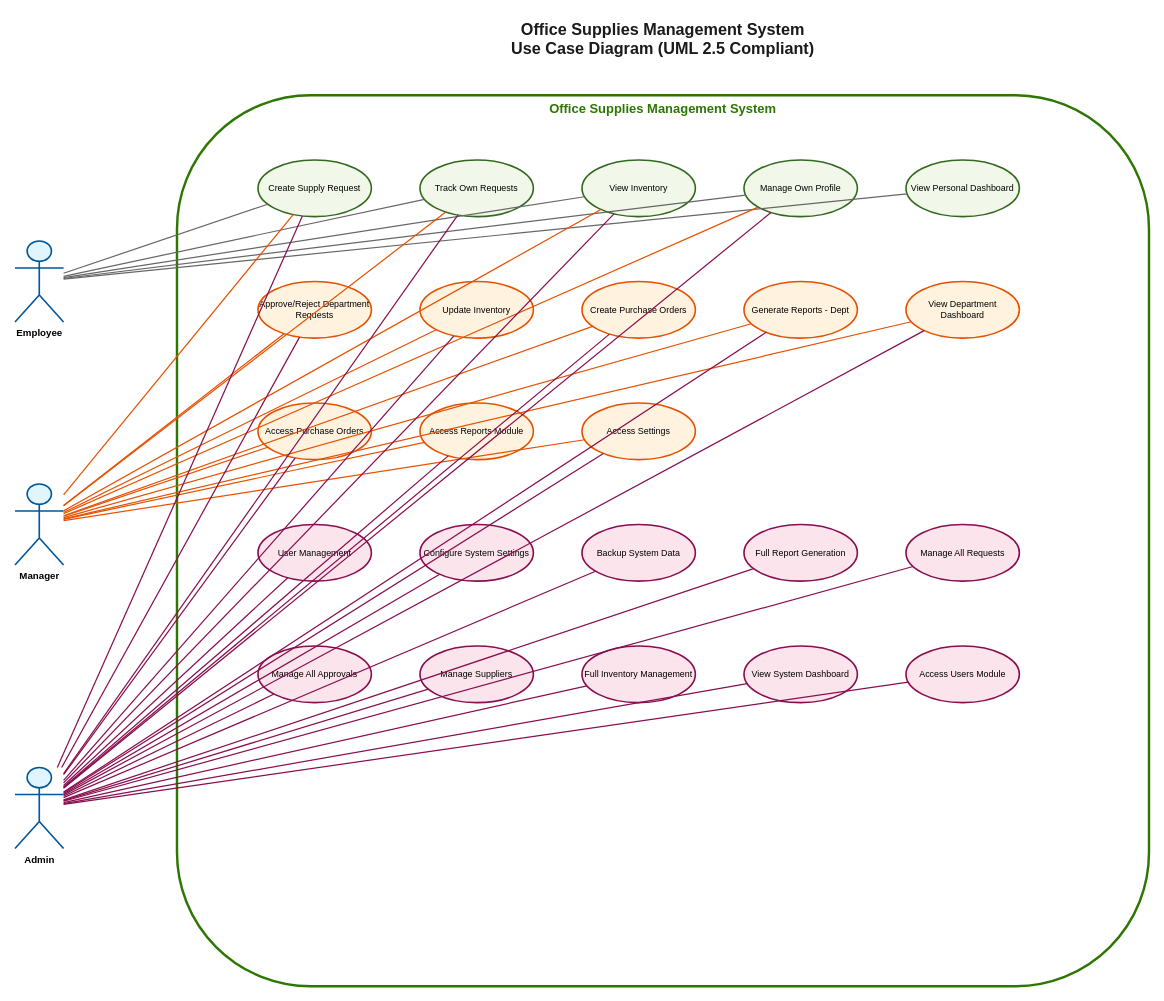
This is Internship-main/summer internship test/office-supplies-management/docs/uml/use-case-diagram-system-overview.drawio from Ramez-krichen/Internship, a draw.io file, before an edit. Source tidied: cells renumbered, new cells numbered last; positions are measured from the earlier drawing's top-left corner, leaving out a move shared by most shapes. Both pictures are drawn from the tidied source at 81%, with x=0, y=0 at pixel (15, 14).
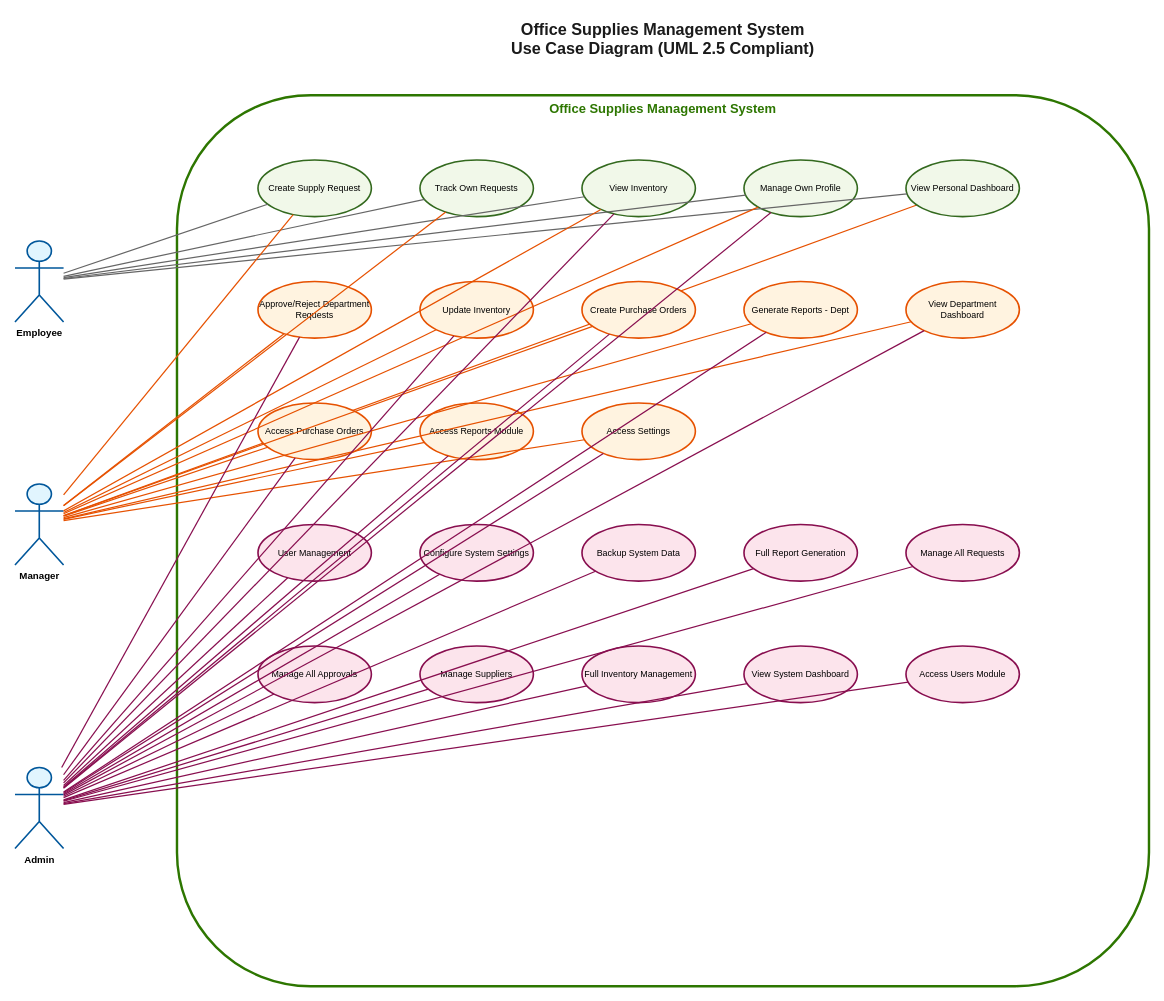
After the change.

Unchanged cells that the change refers to:
```xml
<mxCell id="5" value="Manager" style="shape=umlActor;verticalLabelPosition=bottom;verticalAlign=top;html=1;fillColor=#e1f5fe;strokeColor=#01579b;strokeWidth=2;fontSize=12;fontStyle=1;" parent="1" vertex="1">
  <mxGeometry y="580" width="60" height="100" as="geometry" />
</mxCell>
<mxCell id="6" value="Admin" style="shape=umlActor;verticalLabelPosition=bottom;verticalAlign=top;html=1;fillColor=#e1f5fe;strokeColor=#01579b;strokeWidth=2;fontSize=12;fontStyle=1;" parent="1" vertex="1">
  <mxGeometry y="930" width="60" height="100" as="geometry" />
</mxCell>
<mxCell id="7" value="Create Supply Request" style="ellipse;whiteSpace=wrap;html=1;fillColor=#f1f8e9;strokeColor=#33691e;strokeWidth=2;fontSize=11;" parent="1" vertex="1">
  <mxGeometry x="300" y="180" width="140" height="70" as="geometry" />
</mxCell>
<mxCell id="8" value="Track Own Requests" style="ellipse;whiteSpace=wrap;html=1;fillColor=#f1f8e9;strokeColor=#33691e;strokeWidth=2;fontSize=11;" parent="1" vertex="1">
  <mxGeometry x="500" y="180" width="140" height="70" as="geometry" />
</mxCell>
<mxCell id="11" value="View Personal Dashboard" style="ellipse;whiteSpace=wrap;html=1;fillColor=#f1f8e9;strokeColor=#33691e;strokeWidth=2;fontSize=11;" parent="1" vertex="1">
  <mxGeometry x="1100" y="180" width="140" height="70" as="geometry" />
</mxCell>
```

What changed in the source:
```diff
@@
+    <mxCell id="69" style="endArrow=none;html=1;strokeColor=#e65100;strokeWidth=1.5;" parent="1" edge="1" source="5" target="11">
+      <mxGeometry relative="1" as="geometry" />
+    </mxCell>
@@
-    <mxCell id="47" style="endArrow=none;html=1;strokeColor=#880e4f;strokeWidth=1.5;" parent="1" edge="1" source="6" target="7">
-      <mxGeometry relative="1" as="geometry" />
-    </mxCell>
-    <mxCell id="48" style="endArrow=none;html=1;strokeColor=#880e4f;strokeWidth=1.5;" parent="1" edge="1" source="6" target="8">
-      <mxGeometry relative="1" as="geometry" />
-    </mxCell>
```
